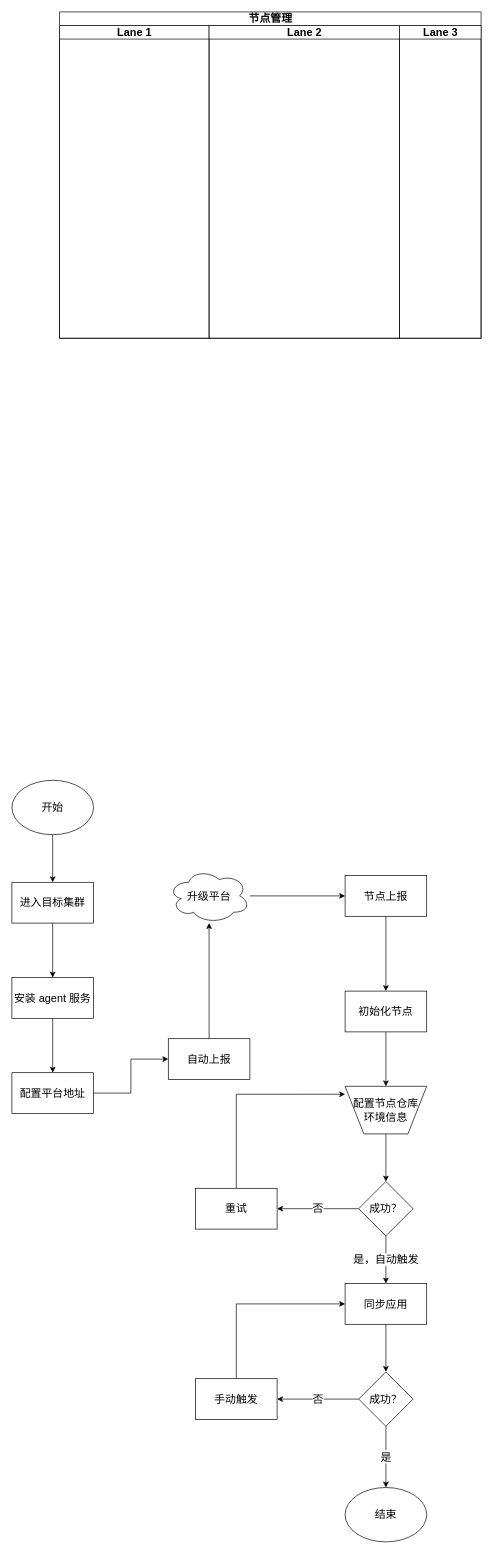
zhuoooo/doodles keeps this draw.io diagram as page "节点同步" (3 of 10) of devops/upgrade.drawio. Above is the earlier version. Source tidied: cells renumbered, new cells numbered last; positions are measured from the earlier drawing's top-left corner, leaving out a move shared by most shapes. Both pictures are drawn from the tidied source at 68%, with x=0, y=0 at pixel (12, 12).
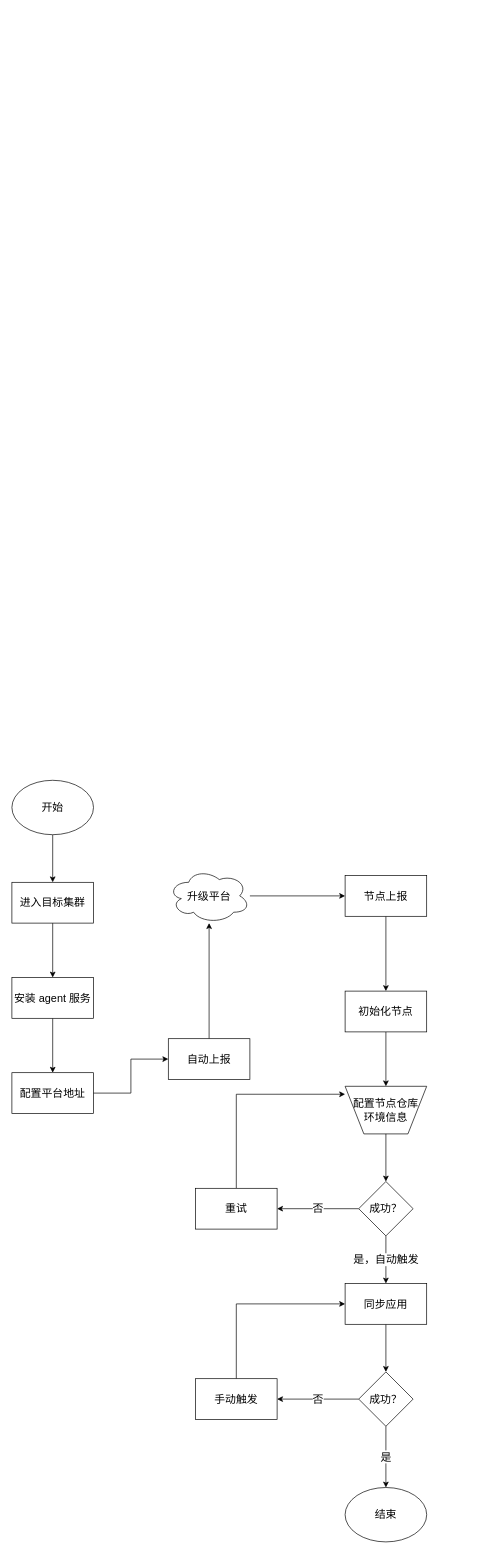
The same diagram, later.

Diff of the diagram source:
```diff
@@
-    <mxCell id="22" value="节点管理" style="swimlane;startSize=20;html=1;fontSize=16;" parent="1" vertex="1">
-      <mxGeometry x="70" width="620" height="480" as="geometry" />
-    </mxCell>
-    <mxCell id="23" value="Lane 1" style="swimlane;startSize=20;html=1;fontSize=16;" parent="22" vertex="1">
-      <mxGeometry y="20" width="220" height="460" as="geometry" />
-    </mxCell>
-    <mxCell id="24" value="Lane 2" style="swimlane;startSize=20;html=1;fontSize=16;" parent="22" vertex="1">
-      <mxGeometry x="220" y="20" width="280" height="460" as="geometry" />
-    </mxCell>
-    <mxCell id="25" value="Lane 3" style="swimlane;startSize=20;html=1;fontSize=16;" parent="22" vertex="1">
-      <mxGeometry x="500" y="20" width="120" height="460" as="geometry" />
-    </mxCell>
```
